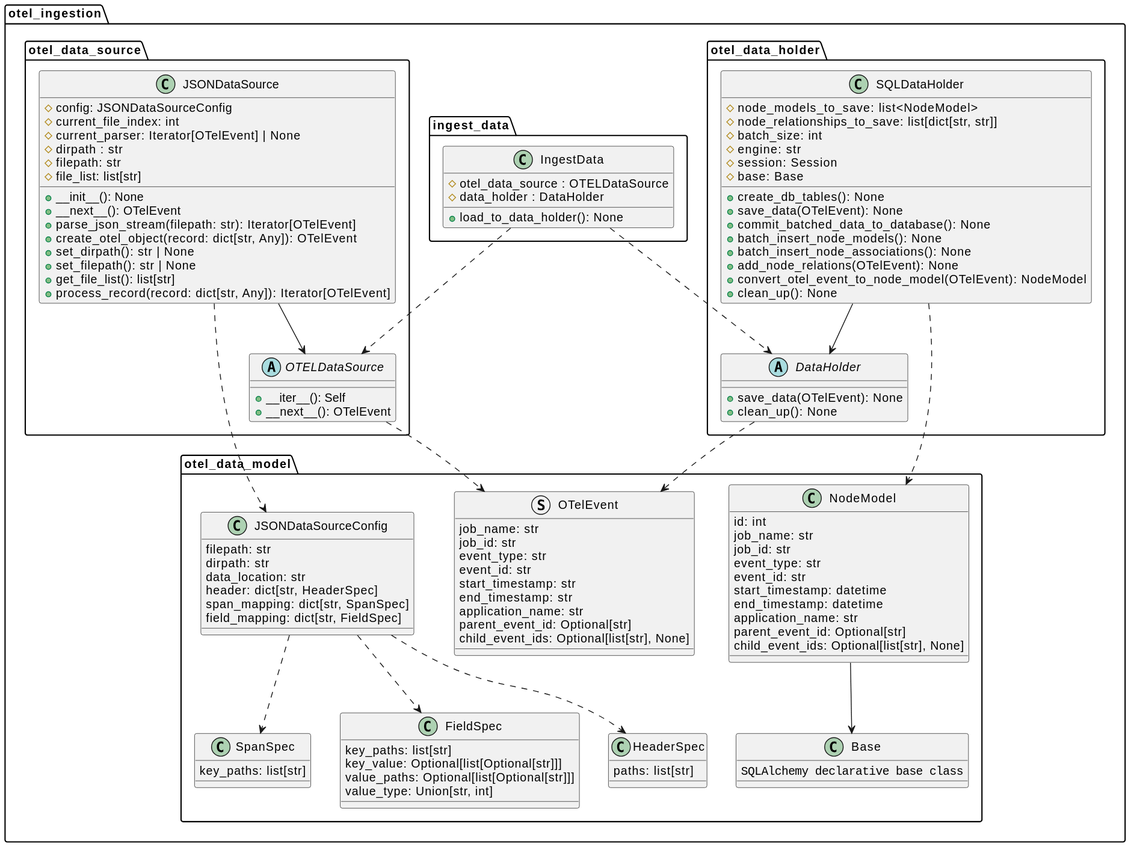
Above: docs/development/design/3-DN-Retrieving_unique_graphs_from_Otel_data/class_diagrams.svg in xtuml/otel2puml (PlantUML), before the change.
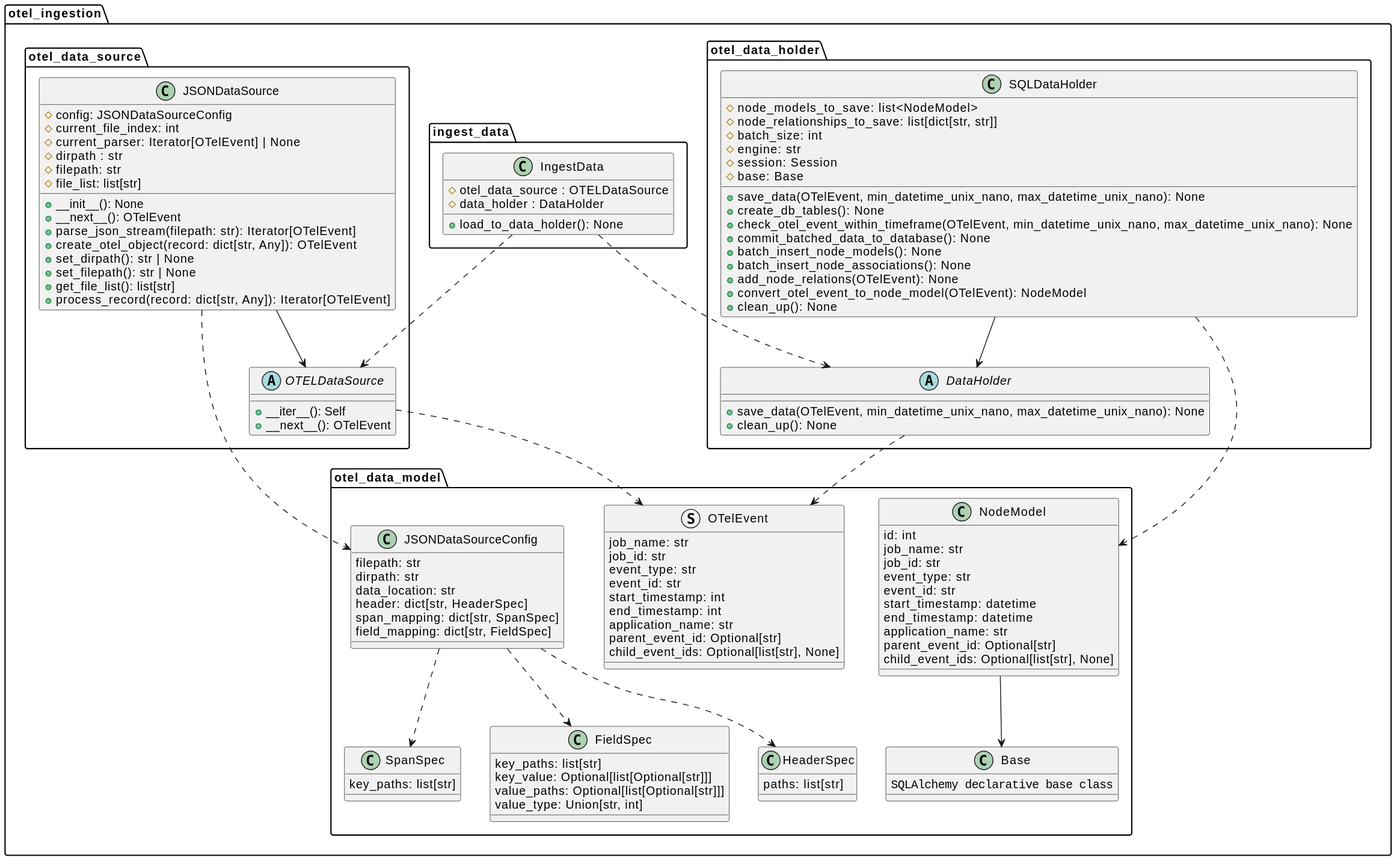
The same diagram one commit later.

Commit message:
update class diagrams and design note

Diff of the diagram source:
```diff
@@ -4,8 +4,8 @@
     job_id: str
     event_type: str
     event_id: str
-    start_timestamp: str
-    end_timestamp: str
+    start_timestamp: int
+    end_timestamp: int
     application_name: str
     parent_event_id: Optional[str]
     child_event_ids: Optional[list[str], None]
@@ -40,8 +40,9 @@
     #engine: str
     #session: Session
     #base: Base
+    +save_data(OTelEvent, min_datetime_unix_nano, max_datetime_unix_nano): None
     +create_db_tables(): None
-    +save_data(OTelEvent): None
+    +check_otel_event_within_timeframe(OTelEvent, min_datetime_unix_nano, max_datetime_unix_nano): None
     +commit_batched_data_to_database(): None
     +batch_insert_node_models(): None
     +batch_insert_node_associations(): None
@@ -68,7 +69,7 @@
 }
 
 abstract class otel_ingestion.otel_data_holder.DataHolder {
-    +save_data(OTelEvent): None
+    +save_data(OTelEvent, min_datetime_unix_nano, max_datetime_unix_nano): None
     +clean_up(): None
 }
 
```
